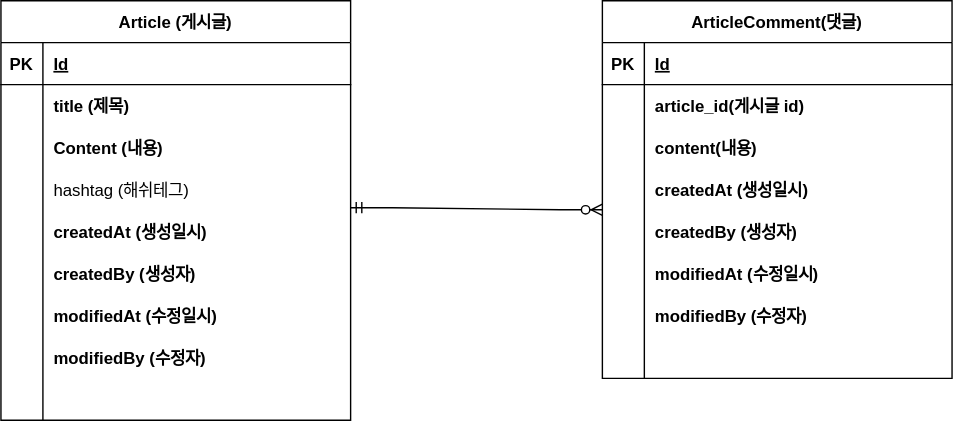
Earlier version of the draw.io export document/project-board-erd.drawio.svg (solroya/fastcampus-project-board). Source tidied: cells renumbered, new cells last; positions are measured from the earlier drawing's top-left corner, leaving out a move shared by most shapes.
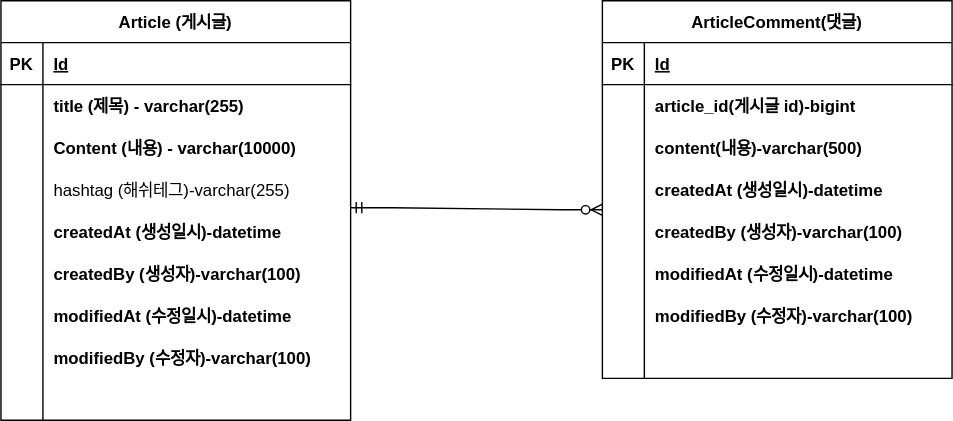
The same file after the commit.

Commit message:
#10 - erd 업데이트

Change to the diagram source:
```diff
@@ -20,7 +20,7 @@
     <mxCell id="7" style="shape=partialRectangle;overflow=hidden;fillColor=none;top=0;left=0;bottom=0;right=0;" parent="6" vertex="1">
       <mxGeometry width="30" height="30" as="geometry" />
     </mxCell>
-    <mxCell id="8" value="title (제목)" style="shape=partialRectangle;overflow=hidden;fillColor=none;top=0;left=0;bottom=0;right=0;align=left;spacingLeft=6;fontStyle=1;" parent="6" vertex="1">
+    <mxCell id="8" value="title (제목) - varchar(255)" style="shape=partialRectangle;overflow=hidden;fillColor=none;top=0;left=0;bottom=0;right=0;align=left;spacingLeft=6;fontStyle=1;" parent="6" vertex="1">
       <mxGeometry x="30" width="220" height="30" as="geometry" />
     </mxCell>
     <mxCell id="9" style="shape=partialRectangle;fillColor=none;top=0;left=0;right=0;bottom=0;" parent="2" vertex="1">
@@ -29,7 +29,7 @@
     <mxCell id="10" style="shape=partialRectangle;overflow=hidden;fillColor=none;top=0;left=0;bottom=0;right=0;" parent="9" vertex="1">
       <mxGeometry width="30" height="30" as="geometry" />
     </mxCell>
-    <mxCell id="11" value="Content (내용)" style="shape=partialRectangle;overflow=hidden;fillColor=none;top=0;left=0;bottom=0;right=0;align=left;spacingLeft=6;fontStyle=1;" parent="9" vertex="1">
+    <mxCell id="11" value="Content (내용) - varchar(10000)" style="shape=partialRectangle;overflow=hidden;fillColor=none;top=0;left=0;bottom=0;right=0;align=left;spacingLeft=6;fontStyle=1;" parent="9" vertex="1">
       <mxGeometry x="30" width="220" height="30" as="geometry" />
     </mxCell>
     <mxCell id="12" style="shape=partialRectangle;fillColor=none;top=0;left=0;right=0;bottom=0;" parent="2" vertex="1">
@@ -38,7 +38,7 @@
     <mxCell id="13" style="shape=partialRectangle;overflow=hidden;fillColor=none;top=0;left=0;bottom=0;right=0;" parent="12" vertex="1">
       <mxGeometry width="30" height="30" as="geometry" />
     </mxCell>
-    <mxCell id="14" value="hashtag (해쉬테그)" style="shape=partialRectangle;overflow=hidden;fillColor=none;top=0;left=0;bottom=0;right=0;align=left;spacingLeft=6;" parent="12" vertex="1">
+    <mxCell id="14" value="hashtag (해쉬테그)-varchar(255)" style="shape=partialRectangle;overflow=hidden;fillColor=none;top=0;left=0;bottom=0;right=0;align=left;spacingLeft=6;" parent="12" vertex="1">
       <mxGeometry x="30" width="220" height="30" as="geometry" />
     </mxCell>
     <mxCell id="15" style="shape=partialRectangle;fillColor=none;points=[[0,0.5],[1,0.5]];portConstraint=eastwest;top=0;left=0;right=0;bottom=0;" parent="2" vertex="1">
@@ -47,7 +47,7 @@
     <mxCell id="16" style="shape=partialRectangle;overflow=hidden;fillColor=none;top=0;left=0;bottom=0;right=0;" parent="15" vertex="1">
       <mxGeometry width="30" height="30" as="geometry" />
     </mxCell>
-    <mxCell id="17" value="createdAt (생성일시)" style="shape=partialRectangle;overflow=hidden;fillColor=none;top=0;left=0;bottom=0;right=0;align=left;spacingLeft=6;fontStyle=1;" parent="15" vertex="1">
+    <mxCell id="17" value="createdAt (생성일시)-datetime" style="shape=partialRectangle;overflow=hidden;fillColor=none;top=0;left=0;bottom=0;right=0;align=left;spacingLeft=6;fontStyle=1;" parent="15" vertex="1">
       <mxGeometry x="30" width="220" height="30" as="geometry" />
     </mxCell>
     <mxCell id="18" style="shape=partialRectangle;fillColor=none;top=0;left=0;right=0;bottom=0;" parent="2" vertex="1">
@@ -56,7 +56,7 @@
     <mxCell id="19" style="shape=partialRectangle;overflow=hidden;fillColor=none;top=0;left=0;bottom=0;right=0;" parent="18" vertex="1">
       <mxGeometry width="30" height="30" as="geometry" />
     </mxCell>
-    <mxCell id="20" value="createdBy (생성자)" style="shape=partialRectangle;overflow=hidden;fillColor=none;top=0;left=0;bottom=0;right=0;align=left;spacingLeft=6;fontStyle=1;" parent="18" vertex="1">
+    <mxCell id="20" value="createdBy (생성자)-varchar(100)" style="shape=partialRectangle;overflow=hidden;fillColor=none;top=0;left=0;bottom=0;right=0;align=left;spacingLeft=6;fontStyle=1;" parent="18" vertex="1">
       <mxGeometry x="30" width="220" height="30" as="geometry" />
     </mxCell>
     <mxCell id="21" style="shape=partialRectangle;fillColor=none;top=0;left=0;right=0;bottom=0;" parent="2" vertex="1">
@@ -65,7 +65,7 @@
     <mxCell id="22" style="shape=partialRectangle;overflow=hidden;fillColor=none;top=0;left=0;bottom=0;right=0;" parent="21" vertex="1">
       <mxGeometry width="30" height="30" as="geometry" />
     </mxCell>
-    <mxCell id="23" value="modifiedAt (수정일시)" style="shape=partialRectangle;overflow=hidden;fillColor=none;top=0;left=0;bottom=0;right=0;align=left;spacingLeft=6;fontStyle=1;" parent="21" vertex="1">
+    <mxCell id="23" value="modifiedAt (수정일시)-datetime" style="shape=partialRectangle;overflow=hidden;fillColor=none;top=0;left=0;bottom=0;right=0;align=left;spacingLeft=6;fontStyle=1;" parent="21" vertex="1">
       <mxGeometry x="30" width="220" height="30" as="geometry" />
     </mxCell>
     <mxCell id="24" style="shape=partialRectangle;fillColor=none;top=0;left=0;right=0;bottom=0;" parent="2" vertex="1">
@@ -74,7 +74,7 @@
     <mxCell id="25" style="shape=partialRectangle;overflow=hidden;fillColor=none;top=0;left=0;bottom=0;right=0;" parent="24" vertex="1">
       <mxGeometry width="30" height="30" as="geometry" />
     </mxCell>
-    <mxCell id="26" value="modifiedBy (수정자)" style="shape=partialRectangle;overflow=hidden;fillColor=none;top=0;left=0;bottom=0;right=0;align=left;spacingLeft=6;fontStyle=1;" parent="24" vertex="1">
+    <mxCell id="26" value="modifiedBy (수정자)-varchar(100)" style="shape=partialRectangle;overflow=hidden;fillColor=none;top=0;left=0;bottom=0;right=0;align=left;spacingLeft=6;fontStyle=1;" parent="24" vertex="1">
       <mxGeometry x="30" width="220" height="30" as="geometry" />
     </mxCell>
     <mxCell id="27" style="shape=partialRectangle;fillColor=none;top=0;left=0;right=0;bottom=0;" parent="2" vertex="1">
@@ -107,7 +107,7 @@
     <mxCell id="36" style="shape=partialRectangle;overflow=hidden;fillColor=none;top=0;left=0;bottom=0;right=0;" parent="35" vertex="1">
       <mxGeometry width="30" height="30" as="geometry" />
     </mxCell>
-    <mxCell id="37" value="article_id(게시글 id)" style="shape=partialRectangle;overflow=hidden;fillColor=none;top=0;left=0;bottom=0;right=0;align=left;spacingLeft=6;fontStyle=1;" parent="35" vertex="1">
+    <mxCell id="37" value="article_id(게시글 id)-bigint" style="shape=partialRectangle;overflow=hidden;fillColor=none;top=0;left=0;bottom=0;right=0;align=left;spacingLeft=6;fontStyle=1;" parent="35" vertex="1">
       <mxGeometry x="30" width="220" height="30" as="geometry" />
     </mxCell>
     <mxCell id="38" style="shape=partialRectangle;fillColor=none;top=0;left=0;right=0;bottom=0;" parent="31" vertex="1">
@@ -116,7 +116,7 @@
     <mxCell id="39" style="shape=partialRectangle;overflow=hidden;fillColor=none;top=0;left=0;bottom=0;right=0;" parent="38" vertex="1">
       <mxGeometry width="30" height="30" as="geometry" />
     </mxCell>
-    <mxCell id="40" value="content(내용)" style="shape=partialRectangle;overflow=hidden;fillColor=none;top=0;left=0;bottom=0;right=0;align=left;spacingLeft=6;fontStyle=1;" parent="38" vertex="1">
+    <mxCell id="40" value="content(내용)-varchar(500)" style="shape=partialRectangle;overflow=hidden;fillColor=none;top=0;left=0;bottom=0;right=0;align=left;spacingLeft=6;fontStyle=1;" parent="38" vertex="1">
       <mxGeometry x="30" width="220" height="30" as="geometry" />
     </mxCell>
     <mxCell id="41" style="shape=partialRectangle;fillColor=none;top=0;left=0;right=0;bottom=0;" parent="31" vertex="1">
@@ -125,7 +125,7 @@
     <mxCell id="42" style="shape=partialRectangle;overflow=hidden;fillColor=none;top=0;left=0;bottom=0;right=0;" parent="41" vertex="1">
       <mxGeometry width="30" height="30" as="geometry" />
     </mxCell>
-    <mxCell id="43" value="createdAt (생성일시)" style="shape=partialRectangle;overflow=hidden;fillColor=none;top=0;left=0;bottom=0;right=0;align=left;spacingLeft=6;fontStyle=1;" parent="41" vertex="1">
+    <mxCell id="43" value="createdAt (생성일시)-datetime" style="shape=partialRectangle;overflow=hidden;fillColor=none;top=0;left=0;bottom=0;right=0;align=left;spacingLeft=6;fontStyle=1;" parent="41" vertex="1">
       <mxGeometry x="30" width="220" height="30" as="geometry" />
     </mxCell>
     <mxCell id="44" style="shape=partialRectangle;fillColor=none;top=0;left=0;right=0;bottom=0;" parent="31" vertex="1">
@@ -134,7 +134,7 @@
     <mxCell id="45" style="shape=partialRectangle;overflow=hidden;fillColor=none;top=0;left=0;bottom=0;right=0;" parent="44" vertex="1">
       <mxGeometry width="30" height="30" as="geometry" />
     </mxCell>
-    <mxCell id="46" value="createdBy (생성자)" style="shape=partialRectangle;overflow=hidden;fillColor=none;top=0;left=0;bottom=0;right=0;align=left;spacingLeft=6;fontStyle=1;" parent="44" vertex="1">
+    <mxCell id="46" value="createdBy (생성자)-varchar(100)" style="shape=partialRectangle;overflow=hidden;fillColor=none;top=0;left=0;bottom=0;right=0;align=left;spacingLeft=6;fontStyle=1;" parent="44" vertex="1">
       <mxGeometry x="30" width="220" height="30" as="geometry" />
     </mxCell>
     <mxCell id="47" style="shape=partialRectangle;fillColor=none;top=0;left=0;right=0;bottom=0;" parent="31" vertex="1">
@@ -143,7 +143,7 @@
     <mxCell id="48" style="shape=partialRectangle;overflow=hidden;fillColor=none;top=0;left=0;bottom=0;right=0;" parent="47" vertex="1">
       <mxGeometry width="30" height="30" as="geometry" />
     </mxCell>
-    <mxCell id="49" value="modifiedAt (수정일시)" style="shape=partialRectangle;overflow=hidden;fillColor=none;top=0;left=0;bottom=0;right=0;align=left;spacingLeft=6;fontStyle=1;" parent="47" vertex="1">
+    <mxCell id="49" value="modifiedAt (수정일시)-datetime" style="shape=partialRectangle;overflow=hidden;fillColor=none;top=0;left=0;bottom=0;right=0;align=left;spacingLeft=6;fontStyle=1;" parent="47" vertex="1">
       <mxGeometry x="30" width="220" height="30" as="geometry" />
     </mxCell>
     <mxCell id="50" style="shape=partialRectangle;fillColor=none;top=0;left=0;right=0;bottom=0;" parent="31" vertex="1">
@@ -152,7 +152,7 @@
     <mxCell id="51" style="shape=partialRectangle;overflow=hidden;fillColor=none;top=0;left=0;bottom=0;right=0;" parent="50" vertex="1">
       <mxGeometry width="30" height="30" as="geometry" />
     </mxCell>
-    <mxCell id="52" value="modifiedBy (수정자)" style="shape=partialRectangle;overflow=hidden;fillColor=none;top=0;left=0;bottom=0;right=0;align=left;spacingLeft=6;fontStyle=1;" parent="50" vertex="1">
+    <mxCell id="52" value="modifiedBy (수정자)-varchar(100)" style="shape=partialRectangle;overflow=hidden;fillColor=none;top=0;left=0;bottom=0;right=0;align=left;spacingLeft=6;fontStyle=1;" parent="50" vertex="1">
       <mxGeometry x="30" width="220" height="30" as="geometry" />
     </mxCell>
     <mxCell id="53" style="shape=partialRectangle;fillColor=none;top=0;left=0;right=0;bottom=0;" parent="31" vertex="1">
```
